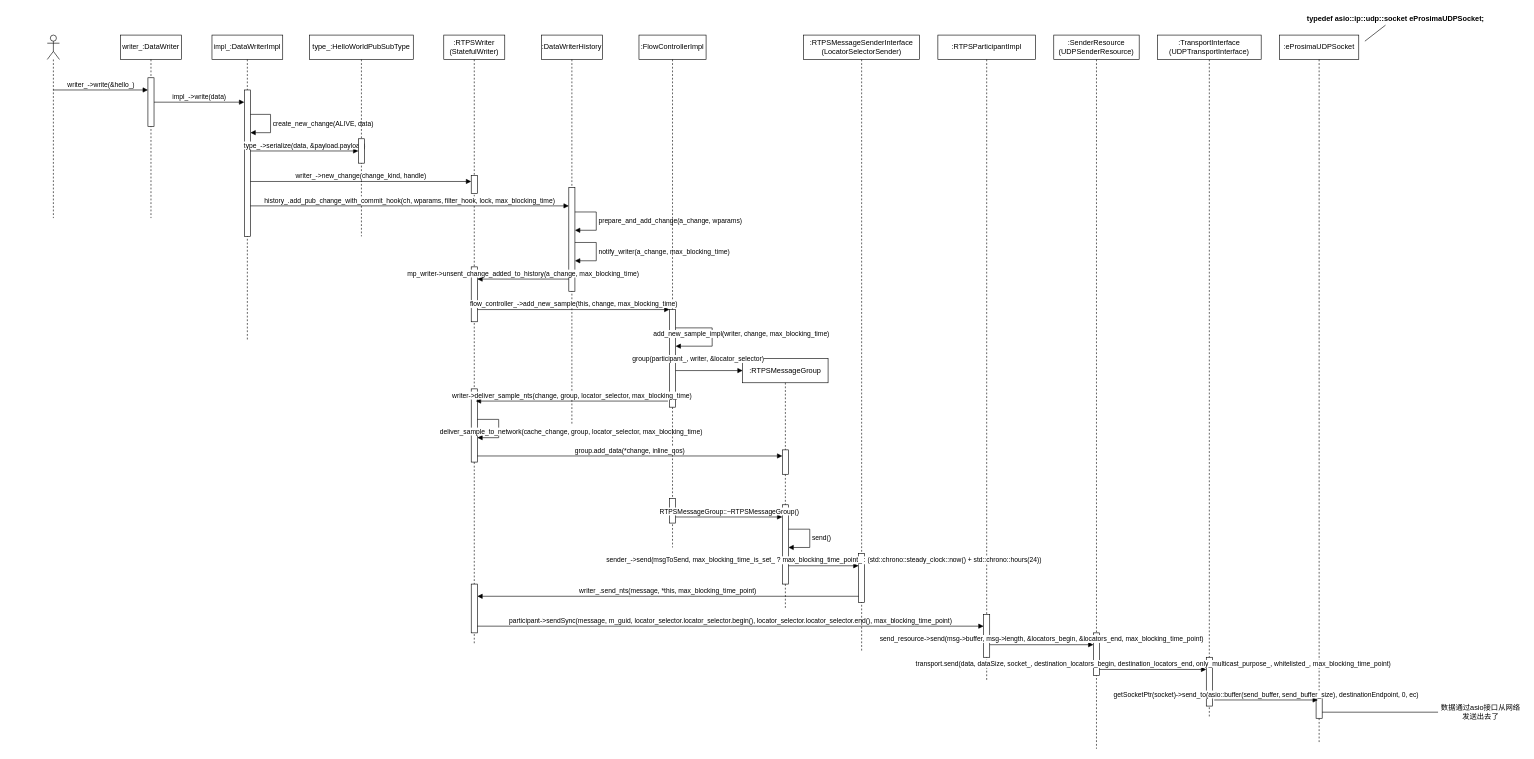
This is fastdds/v2.8.2/workspace_DDSHelloWorld/publisher_write.drawio from hexu1985/Collection.Of.Cpp.Utility.Tools, a draw.io file, before an edit. Source tidied: cells renumbered, new cells numbered last; positions are measured from the earlier drawing's top-left corner, leaving out a move shared by most shapes. Both pictures are drawn from the tidied source at 61%, with x=0, y=0 at pixel (47, 10).
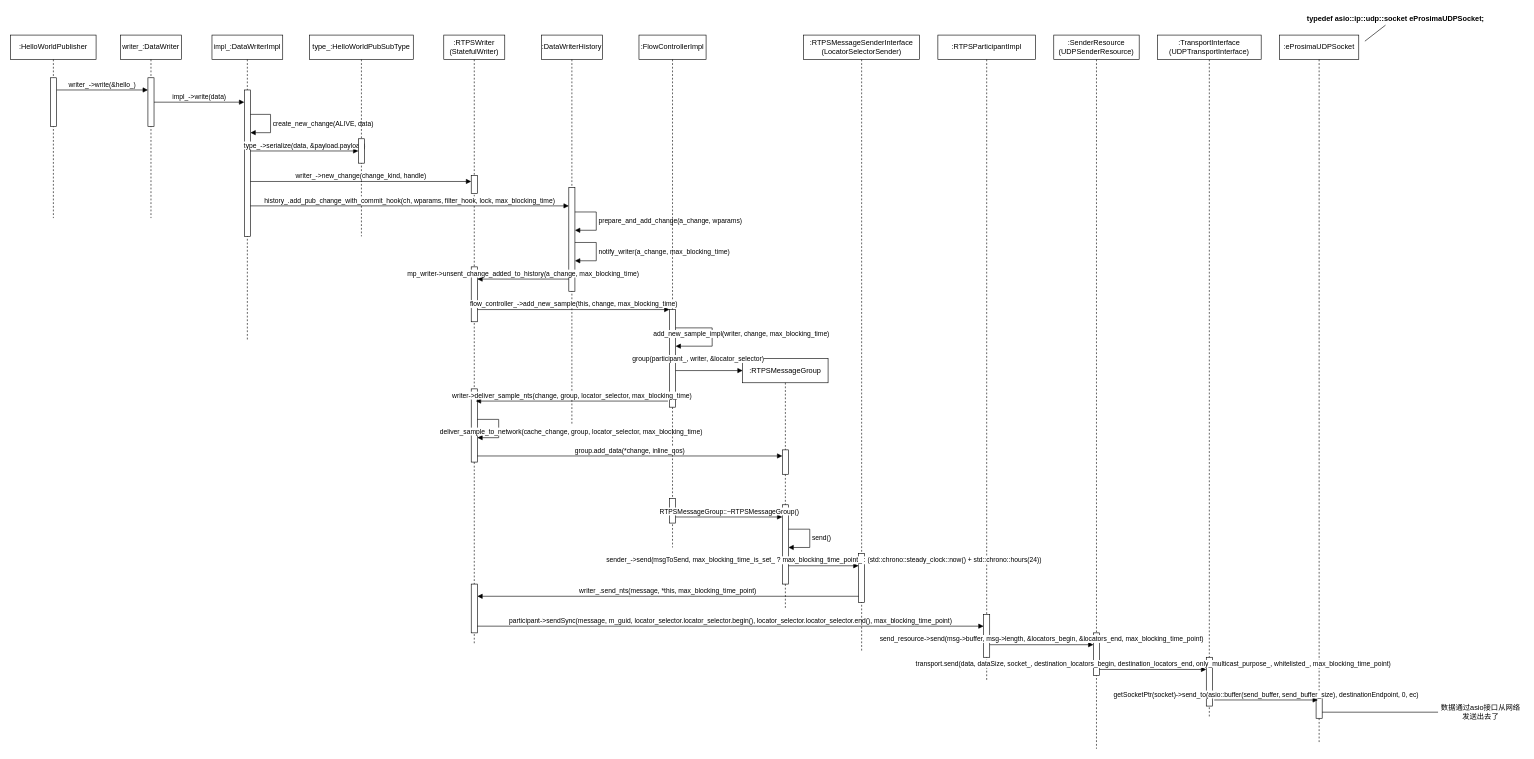
Above is the later version.

Commit message (it also covers changes not shown here):
update fastdds/v2.8.2/workspace_DDSHelloWorld: rename subscriber_call.drawio -> subscriber_callback.drawio

The change refers to these unchanged cells:
```xml
<mxCell id="4" style="html=1;points=[[0,0,0,0,5],[0,1,0,0,-5],[1,0,0,0,5],[1,1,0,0,-5]];perimeter=orthogonalPerimeter;outlineConnect=0;targetShapes=umlLifeline;portConstraint=eastwest;newEdgeStyle={&quot;curved&quot;:0,&quot;rounded&quot;:0};" parent="3" vertex="1">
  <mxGeometry x="45" y="70" width="10" height="80" as="geometry" />
</mxCell>
```

What changed in the source:
```diff
@@
-    <mxCell id="2" style="shape=umlLifeline;perimeter=lifelinePerimeter;whiteSpace=wrap;html=1;outlineConnect=0;portConstraint=eastwest;newEdgeStyle={&quot;curved&quot;:0,&quot;rounded&quot;:0};participant=umlActor;" parent="1" vertex="1">
-      <mxGeometry y="40" width="20" height="300" as="geometry" />
-    </mxCell>
@@
-    <mxCell id="5" value="writer_-&amp;gt;write(&amp;amp;hello_)" style="html=1;verticalAlign=bottom;endArrow=block;curved=0;rounded=0;" parent="1" edge="1" source="2" target="4">
+    <mxCell id="5" value="writer_-&amp;gt;write(&amp;amp;hello_)" style="html=1;verticalAlign=bottom;endArrow=block;curved=0;rounded=0;" parent="1" edge="1" source="60" target="4">
       <mxGeometry relative="1" as="geometry">
         <Array as="points">
           <mxPoint x="90" y="130" />
         </Array>
       </mxGeometry>
     </mxCell>
@@
+    <mxCell id="59" value=":HelloWorldPublisher" style="shape=umlLifeline;perimeter=lifelinePerimeter;whiteSpace=wrap;html=1;newEdgeStyle={&quot;curved&quot;:0,&quot;rounded&quot;:0};" parent="1" vertex="1">
+      <mxGeometry x="-60" y="40" width="140" height="300" as="geometry" />
+    </mxCell>
+    <mxCell id="60" style="html=1;points=[[0,0,0,0,5],[0,1,0,0,-5],[1,0,0,0,5],[1,1,0,0,-5]];perimeter=orthogonalPerimeter;outlineConnect=0;targetShapes=umlLifeline;portConstraint=eastwest;newEdgeStyle={&quot;curved&quot;:0,&quot;rounded&quot;:0};" parent="59" vertex="1">
+      <mxGeometry x="65" y="70" width="10" height="80" as="geometry" />
+    </mxCell>
```
